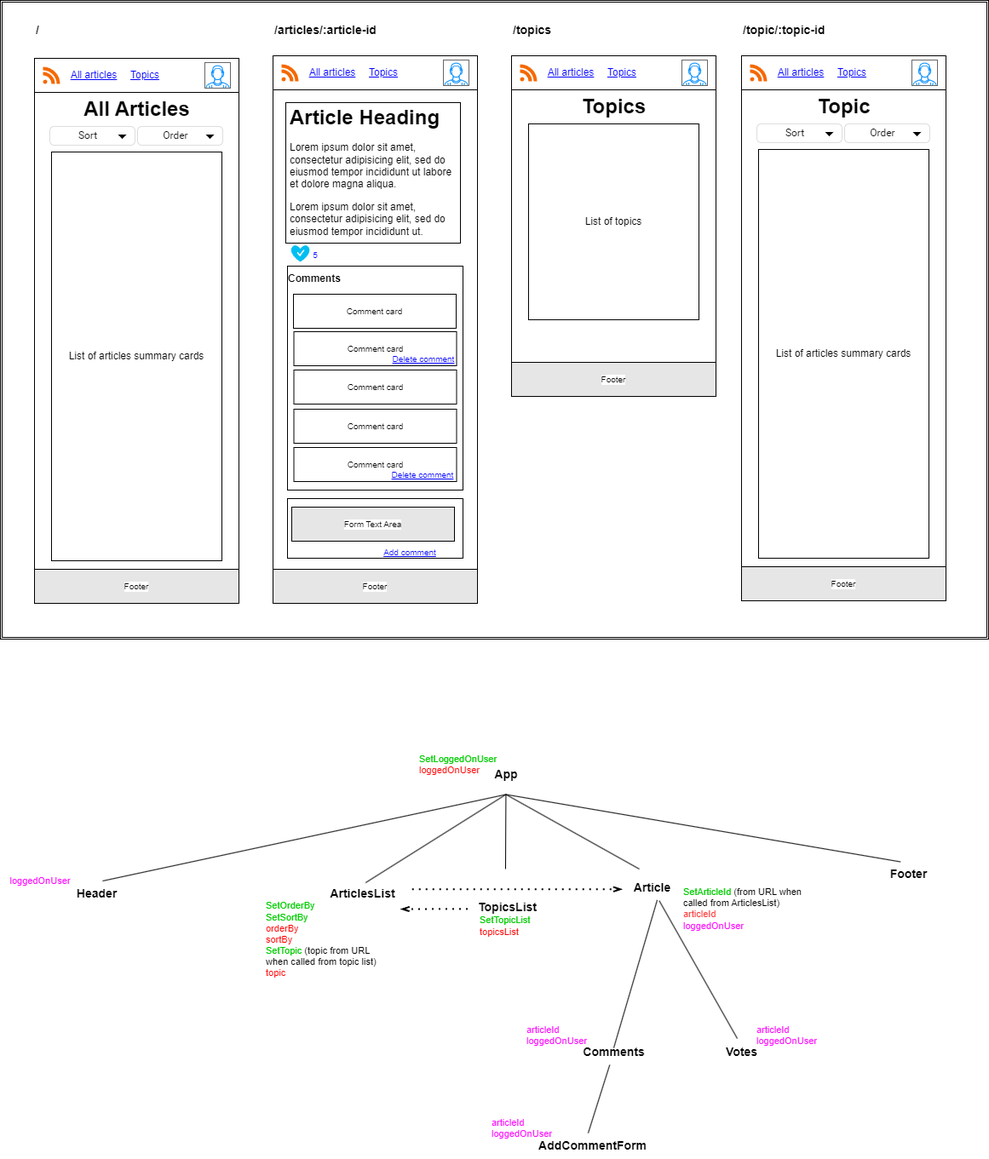
This is plan.png from marcusyoung/nc-news, a draw.io export, as it was before one commit. Source tidied: cells renumbered, new cells last; positions are measured from the earlier drawing's top-left corner, leaving out a move shared by most shapes.
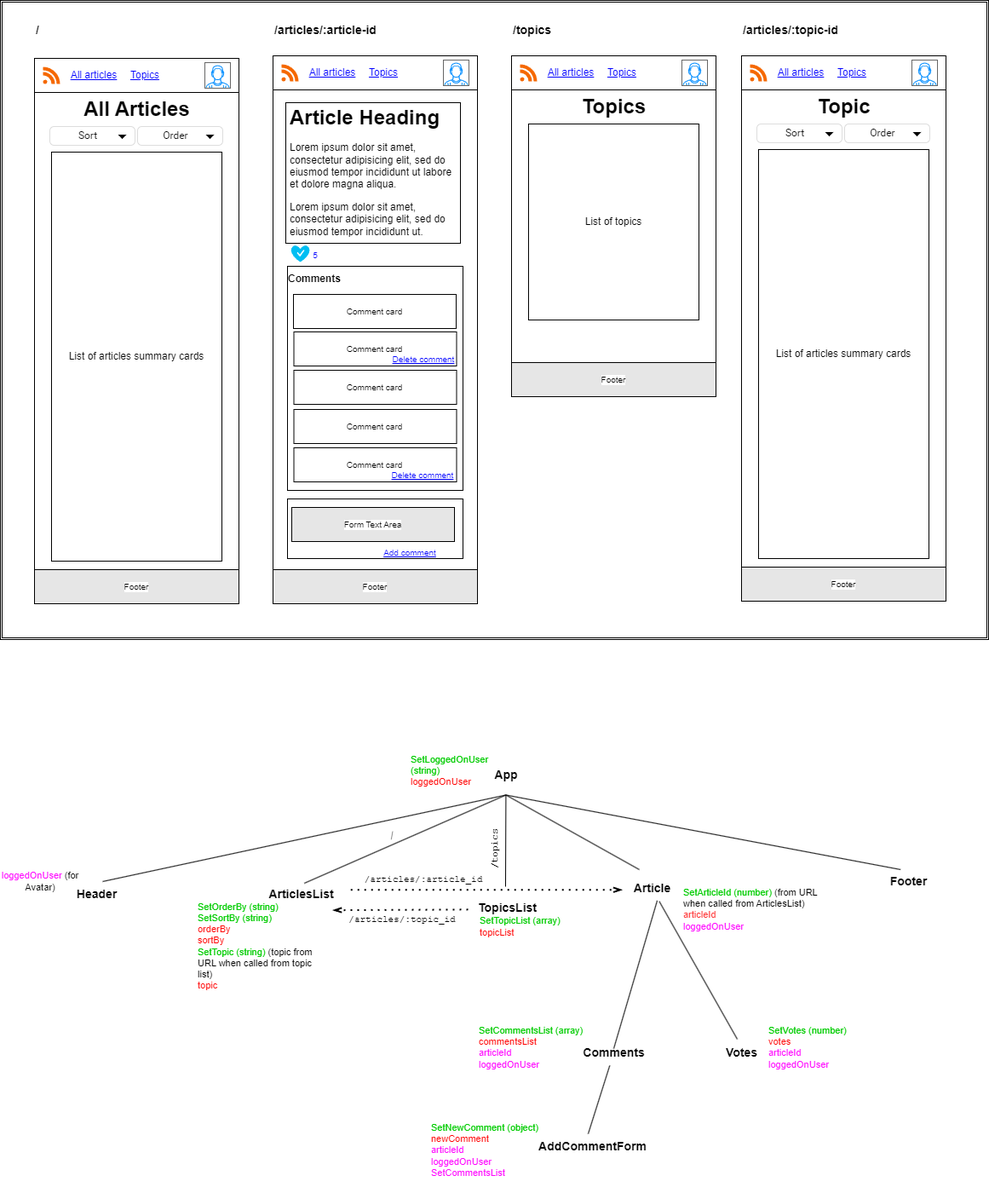
After the commit.

Change to the diagram source:
```diff
@@ -150,8 +150,8 @@
     <mxCell id="49" value="&lt;span style=&quot;font-size: 14px;&quot;&gt;/topics&lt;/span&gt;" style="text;html=1;strokeColor=none;fillColor=none;align=left;verticalAlign=middle;whiteSpace=wrap;rounded=0;labelBackgroundColor=default;fontSize=14;fontColor=#000000;fontStyle=1;" parent="1" vertex="1">
       <mxGeometry x="600" y="20" width="100" height="30" as="geometry" />
     </mxCell>
-    <mxCell id="50" value="&lt;span style=&quot;font-size: 14px;&quot;&gt;/topic/:topic-id&lt;/span&gt;" style="text;html=1;strokeColor=none;fillColor=none;align=left;verticalAlign=middle;whiteSpace=wrap;rounded=0;labelBackgroundColor=default;fontSize=14;fontColor=#000000;fontStyle=1;" parent="1" vertex="1">
-      <mxGeometry x="870" y="20" width="110" height="30" as="geometry" />
+    <mxCell id="50" value="&lt;span style=&quot;font-size: 14px;&quot;&gt;/articles/:topic-id&lt;/span&gt;" style="text;html=1;strokeColor=none;fillColor=none;align=left;verticalAlign=middle;whiteSpace=wrap;rounded=0;labelBackgroundColor=default;fontSize=14;fontColor=#000000;fontStyle=1;" parent="1" vertex="1">
+      <mxGeometry x="870" y="20" width="140" height="30" as="geometry" />
     </mxCell>
     <mxCell id="51" style="swimlane;startSize=0;" parent="1" vertex="1">
       <mxGeometry x="870" y="65" width="240" height="640" as="geometry" />
@@ -201,8 +201,8 @@
         <mxPoint x="750" y="1020" as="targetPoint" />
       </mxGeometry>
     </mxCell>
-    <mxCell id="65" value="&lt;font color=&quot;#00cc00&quot;&gt;SetOrderBy&lt;br&gt;SetSortBy&lt;/font&gt;&lt;br&gt;&lt;font color=&quot;#ff0000&quot;&gt;orderBy&lt;/font&gt;&lt;br&gt;&lt;font color=&quot;#ff0000&quot;&gt;sortBy&lt;/font&gt;&lt;br&gt;&lt;font color=&quot;#00cc00&quot;&gt;SetTopic&lt;/font&gt;&lt;font color=&quot;#ff0000&quot;&gt; &lt;/font&gt;(topic from URL when called from topic list)&lt;br&gt;&lt;font color=&quot;#ff0000&quot;&gt;topic&lt;/font&gt;" style="text;html=1;strokeColor=none;fillColor=none;align=left;verticalAlign=middle;whiteSpace=wrap;rounded=0;fontSize=11;" parent="1" vertex="1">
-      <mxGeometry x="310" y="1049.6" width="150" height="106" as="geometry" />
+    <mxCell id="65" value="&lt;font color=&quot;#00cc00&quot;&gt;SetOrderBy (string)&lt;br&gt;SetSortBy (string)&lt;/font&gt;&lt;br&gt;&lt;font color=&quot;#ff0000&quot;&gt;orderBy&lt;/font&gt;&lt;br&gt;&lt;font color=&quot;#ff0000&quot;&gt;sortBy&lt;/font&gt;&lt;br&gt;&lt;font color=&quot;#00cc00&quot;&gt;SetTopic (string)&lt;/font&gt;&lt;font color=&quot;#ff0000&quot;&gt; &lt;/font&gt;(topic from URL when called from topic list)&lt;br&gt;&lt;font color=&quot;#ff0000&quot;&gt;topic&lt;/font&gt;" style="text;html=1;strokeColor=none;fillColor=none;align=left;verticalAlign=middle;whiteSpace=wrap;rounded=0;fontSize=11;" parent="1" vertex="1">
+      <mxGeometry x="230" y="1057.4" width="150" height="106" as="geometry" />
     </mxCell>
     <mxCell id="66" value="App" style="text;html=1;strokeColor=none;fillColor=none;align=center;verticalAlign=middle;whiteSpace=wrap;rounded=0;shadow=0;labelBackgroundColor=none;labelBorderColor=none;sketch=0;fillStyle=auto;strokeWidth=2;fontSize=14;fontColor=#000000;fontStyle=1;" parent="1" vertex="1">
       <mxGeometry x="546.6" y="885.6" width="93.7" height="46.8" as="geometry" />
@@ -211,7 +211,7 @@
       <mxGeometry x="78.1" y="1034" width="70" height="30" as="geometry" />
     </mxCell>
     <mxCell id="68" value="ArticlesList" style="text;html=1;align=center;verticalAlign=middle;points=[];strokeColor=none;fillColor=none;fontSize=14;fontColor=#000000;fontStyle=1;" parent="1" vertex="1">
-      <mxGeometry x="374.8" y="1034" width="100" height="30" as="geometry" />
+      <mxGeometry x="302.8" y="1034" width="100" height="30" as="geometry" />
     </mxCell>
     <mxCell id="69" value="TopicsList" style="text;html=1;align=center;verticalAlign=middle;points=[];strokeColor=none;fillColor=none;fontSize=14;fontColor=#000000;fontStyle=1;" parent="1" vertex="1">
       <mxGeometry x="550.3" y="1049.6" width="90" height="30" as="geometry" />
@@ -220,7 +220,7 @@
       <mxGeometry x="730" y="1027.4" width="70" height="30" as="geometry" />
     </mxCell>
     <mxCell id="71" value="Footer" style="text;html=1;align=center;verticalAlign=middle;points=[];strokeColor=none;fillColor=none;fontSize=14;fontColor=#000000;fontStyle=1;" parent="1" vertex="1">
-      <mxGeometry x="1030.7" y="1010.5" width="70" height="30" as="geometry" />
+      <mxGeometry x="1030.7" y="1019" width="70" height="30" as="geometry" />
     </mxCell>
     <mxCell id="72" value="AddCommentForm" style="text;html=1;align=center;verticalAlign=middle;strokeColor=none;fillColor=none;fontSize=14;fontColor=#000000;fontStyle=1;" parent="1" vertex="1">
       <mxGeometry x="620" y="1330" width="150" height="30" as="geometry" />
@@ -238,24 +238,19 @@
         <mxPoint x="593.4" y="932.5" as="targetPoint" />
       </mxGeometry>
     </mxCell>
-    <mxCell id="76" style="endArrow=none;html=1;fontSize=11;fontColor=#000000;entryX=0.5;entryY=1;entryDx=0;entryDy=0;" parent="1" edge="1" target="66">
-      <mxGeometry relative="1" as="geometry">
-        <mxPoint x="593" y="1020" as="sourcePoint" />
-      </mxGeometry>
-    </mxCell>
     <mxCell id="77" style="endArrow=none;html=1;fontSize=11;fontColor=#000000;exitX=0.371;exitY=0.033;exitDx=0;exitDy=0;exitPerimeter=0;" parent="1" edge="1" source="71">
       <mxGeometry relative="1" as="geometry">
         <mxPoint x="593.4" y="932.5" as="targetPoint" />
       </mxGeometry>
     </mxCell>
-    <mxCell id="78" value="&lt;font color=&quot;#00cc00&quot;&gt;SetArticleId&lt;/font&gt;&lt;font color=&quot;#ff3333&quot;&gt; &lt;/font&gt;(from URL when called from ArticlesList)&lt;font color=&quot;#ff3333&quot;&gt;&lt;br&gt;articleId&lt;/font&gt;&lt;br&gt;&lt;font color=&quot;#ff00ff&quot;&gt;loggedOnUser&lt;br&gt;&lt;/font&gt;" style="text;html=1;strokeColor=none;fillColor=none;align=left;verticalAlign=top;whiteSpace=wrap;rounded=0;fontSize=11;fontColor=#000000;" parent="1" vertex="1">
+    <mxCell id="78" value="&lt;font color=&quot;#00cc00&quot;&gt;SetArticleId (number)&lt;/font&gt;&lt;font color=&quot;#ff3333&quot;&gt; &lt;/font&gt;(from URL when called from ArticlesList)&lt;font color=&quot;#ff3333&quot;&gt;&lt;br&gt;articleId&lt;/font&gt;&lt;br&gt;&lt;font color=&quot;#ff00ff&quot;&gt;loggedOnUser&lt;br&gt;&lt;/font&gt;" style="text;html=1;strokeColor=none;fillColor=none;align=left;verticalAlign=top;whiteSpace=wrap;rounded=0;fontSize=11;fontColor=#000000;" parent="1" vertex="1">
       <mxGeometry x="800" y="1034" width="160" height="62.5" as="geometry" />
     </mxCell>
     <mxCell id="79" value="Comments" style="text;html=1;align=center;verticalAlign=middle;points=[];strokeColor=none;fillColor=none;fontSize=14;fontColor=#000000;fontStyle=1;" parent="1" vertex="1">
       <mxGeometry x="670" y="1220" width="100" height="30" as="geometry" />
     </mxCell>
-    <mxCell id="80" value="&lt;font color=&quot;#ff00ff&quot;&gt;articleId&lt;br&gt;loggedOnUser&lt;br&gt;&lt;/font&gt;" style="text;html=1;strokeColor=none;fillColor=none;align=left;verticalAlign=top;whiteSpace=wrap;rounded=0;fontSize=11;fontColor=#000000;" parent="1" vertex="1">
-      <mxGeometry x="616.2" y="1196.1" width="83.8" height="39" as="geometry" />
+    <mxCell id="80" value="&lt;font color=&quot;#00cc00&quot;&gt;SetCommentsList (array)&lt;br&gt;&lt;/font&gt;&lt;font color=&quot;#ff0000&quot;&gt;commentsList&lt;/font&gt;&lt;br&gt;&lt;font color=&quot;#ff00ff&quot;&gt;articleId&lt;/font&gt;&lt;br&gt;&lt;font color=&quot;#ff00ff&quot;&gt;loggedOnUser&lt;/font&gt;" style="text;html=1;strokeColor=none;fillColor=none;align=left;verticalAlign=top;whiteSpace=wrap;rounded=0;fontSize=11;fontColor=#000000;" parent="1" vertex="1">
+      <mxGeometry x="560" y="1196.1" width="140" height="39" as="geometry" />
     </mxCell>
     <mxCell id="81" style="endArrow=none;html=1;fontSize=11;fontColor=#000000;exitX=0.586;exitY=0.967;exitDx=0;exitDy=0;exitPerimeter=0;" parent="1" edge="1" source="70">
       <mxGeometry relative="1" as="geometry">
@@ -265,33 +260,48 @@
     <mxCell id="82" style="endArrow=none;html=1;fontSize=11;fontColor=#000000;entryX=0.417;entryY=-0.033;entryDx=0;entryDy=0;entryPerimeter=0;" parent="1" edge="1" source="70" target="73">
       <mxGeometry relative="1" as="geometry" />
     </mxCell>
-    <mxCell id="83" value="&lt;font color=&quot;#ff00ff&quot;&gt;articleId&lt;br&gt;loggedOnUser&lt;br&gt;&lt;/font&gt;" style="text;html=1;strokeColor=none;fillColor=none;align=left;verticalAlign=top;whiteSpace=wrap;rounded=0;fontSize=11;fontColor=#000000;" parent="1" vertex="1">
-      <mxGeometry x="886" y="1196.1" width="78.1" height="31.2" as="geometry" />
+    <mxCell id="83" value="&lt;font color=&quot;#00cc00&quot;&gt;SetVotes (number)&lt;/font&gt;&lt;br&gt;&lt;font color=&quot;#ff0000&quot;&gt;votes&lt;/font&gt;&lt;br&gt;&lt;font color=&quot;#ff00ff&quot;&gt;articleId&lt;/font&gt;&lt;br&gt;&lt;font color=&quot;#ff00ff&quot;&gt;loggedOnUser&lt;/font&gt;" style="text;html=1;strokeColor=none;fillColor=none;align=left;verticalAlign=top;whiteSpace=wrap;rounded=0;fontSize=11;fontColor=#000000;" parent="1" vertex="1">
+      <mxGeometry x="900" y="1196.1" width="100" height="63.9" as="geometry" />
     </mxCell>
     <mxCell id="84" style="endArrow=none;html=1;fontSize=11;fontColor=#FF00FF;" parent="1" edge="1" source="79">
       <mxGeometry relative="1" as="geometry">
         <mxPoint x="690" y="1330" as="targetPoint" />
       </mxGeometry>
     </mxCell>
-    <mxCell id="85" value="&lt;font color=&quot;#00cc00&quot;&gt;SetLoggedOnUser&lt;/font&gt;&lt;br&gt;&lt;font color=&quot;#ff0000&quot;&gt;loggedOnUser&lt;/font&gt;" style="text;html=1;strokeColor=none;fillColor=none;align=left;verticalAlign=top;whiteSpace=wrap;rounded=0;fontSize=11;fontColor=#000000;" parent="1" vertex="1">
-      <mxGeometry x="490" y="877.8" width="171.8" height="62.5" as="geometry" />
+    <mxCell id="85" value="&lt;font color=&quot;#00cc00&quot;&gt;SetLoggedOnUser (string)&lt;/font&gt;&lt;br&gt;&lt;font color=&quot;#ff0000&quot;&gt;loggedOnUser&lt;/font&gt;" style="text;html=1;strokeColor=none;fillColor=none;align=left;verticalAlign=top;whiteSpace=wrap;rounded=0;fontSize=11;fontColor=#000000;" parent="1" vertex="1">
+      <mxGeometry x="480" y="877.8" width="100" height="52.2" as="geometry" />
     </mxCell>
-    <mxCell id="86" style="endArrow=none;dashed=1;html=1;dashPattern=1 3;strokeWidth=2;fontSize=11;fontColor=#FF0000;entryX=-0.013;entryY=0.576;entryDx=0;entryDy=0;entryPerimeter=0;endFill=0;startArrow=openThin;startFill=0;" parent="1" edge="1" target="69">
-      <mxGeometry relative="1" as="geometry">
-        <mxPoint x="470" y="1067" as="sourcePoint" />
-      </mxGeometry>
+    <mxCell id="86" style="endArrow=none;dashed=1;html=1;dashPattern=1 3;strokeWidth=2;fontSize=11;fontColor=#FF0000;entryX=-0.013;entryY=0.576;entryDx=0;entryDy=0;entryPerimeter=0;endFill=0;startArrow=openThin;startFill=0;exitX=0.877;exitY=1.122;exitDx=0;exitDy=0;exitPerimeter=0;" parent="1" edge="1" source="68" target="69">
+      <mxGeometry relative="1" as="geometry" />
     </mxCell>
-    <mxCell id="87" value="&lt;font color=&quot;#ff00ff&quot;&gt;articleId&lt;br&gt;loggedOnUser&lt;br&gt;&lt;/font&gt;" style="text;html=1;strokeColor=none;fillColor=none;align=left;verticalAlign=top;whiteSpace=wrap;rounded=0;fontSize=11;fontColor=#000000;" parent="1" vertex="1">
-      <mxGeometry x="574.9" y="1305" width="93.2" height="45.8" as="geometry" />
+    <mxCell id="87" value="&lt;font color=&quot;#00cc00&quot;&gt;SetNewComment (object)&lt;/font&gt;&lt;font color=&quot;#ff0000&quot;&gt;&lt;br&gt;newComment&lt;/font&gt;&lt;br&gt;&lt;font color=&quot;#ff00ff&quot;&gt;articleId&lt;/font&gt;&lt;br&gt;&lt;font color=&quot;#ff00ff&quot;&gt;loggedOnUser&lt;br&gt;SetCommentsList&lt;br&gt;&lt;/font&gt;" style="text;html=1;strokeColor=none;fillColor=none;align=left;verticalAlign=top;whiteSpace=wrap;rounded=0;fontSize=11;fontColor=#000000;" parent="1" vertex="1">
+      <mxGeometry x="504.2" y="1310" width="143.4" height="89" as="geometry" />
     </mxCell>
-    <mxCell id="88" value="&lt;font color=&quot;#ff00ff&quot;&gt;loggedOnUser&lt;/font&gt;" style="text;html=1;strokeColor=none;fillColor=none;align=center;verticalAlign=middle;whiteSpace=wrap;rounded=0;fontSize=11;fontColor=#FF0000;" parent="1" vertex="1">
+    <mxCell id="88" value="&lt;font color=&quot;#ff00ff&quot;&gt;loggedOnUser &lt;/font&gt;&lt;font color=&quot;#000000&quot;&gt;(for Avatar)&lt;/font&gt;" style="text;html=1;strokeColor=none;fillColor=none;align=center;verticalAlign=middle;whiteSpace=wrap;rounded=0;fontSize=11;fontColor=#FF0000;" parent="1" vertex="1">
       <mxGeometry y="1010.5" width="93.7" height="46.8" as="geometry" />
     </mxCell>
-    <mxCell id="89" value="&lt;font color=&quot;#00cc00&quot;&gt;SetTopicList&lt;/font&gt;&lt;br&gt;&lt;font color=&quot;#ff0000&quot;&gt;topicsList&lt;/font&gt;" style="text;html=1;strokeColor=none;fillColor=none;align=left;verticalAlign=middle;whiteSpace=wrap;rounded=0;fontSize=11;fontColor=#FF00FF;" parent="1" vertex="1">
+    <mxCell id="89" value="&lt;font color=&quot;#00cc00&quot;&gt;SetTopicList (array)&lt;/font&gt;&lt;br&gt;&lt;font color=&quot;#ff0000&quot;&gt;topicList&lt;/font&gt;" style="text;html=1;strokeColor=none;fillColor=none;align=left;verticalAlign=middle;whiteSpace=wrap;rounded=0;fontSize=11;fontColor=#FF00FF;" parent="1" vertex="1">
       <mxGeometry x="560.7" y="1064" width="109.3" height="46.8" as="geometry" />
     </mxCell>
     <mxCell id="90" style="endArrow=none;dashed=1;html=1;dashPattern=1 3;strokeWidth=2;fontSize=11;fontColor=#FF0000;entryX=1.062;entryY=0.326;entryDx=0;entryDy=0;entryPerimeter=0;endFill=0;startArrow=openThin;startFill=0;exitX=-0.004;exitY=0.545;exitDx=0;exitDy=0;exitPerimeter=0;" parent="1" edge="1" source="70" target="68">
       <mxGeometry relative="1" as="geometry" />
     </mxCell>
+    <mxCell id="91" style="endArrow=none;html=1;fontColor=#FF0000;entryX=0.5;entryY=1;entryDx=0;entryDy=0;" parent="1" edge="1" target="66">
+      <mxGeometry relative="1" as="geometry">
+        <mxPoint x="593" y="1040" as="sourcePoint" />
+      </mxGeometry>
+    </mxCell>
+    <mxCell id="92" value="&lt;font face=&quot;Courier New&quot;&gt;/&lt;/font&gt;" style="text;html=1;strokeColor=none;fillColor=none;align=center;verticalAlign=middle;whiteSpace=wrap;rounded=0;fontColor=#000000;rotation=-15;" parent="1" vertex="1">
+      <mxGeometry x="430" y="965" width="60" height="30" as="geometry" />
+    </mxCell>
+    <mxCell id="93" value="&lt;font face=&quot;Courier New&quot; style=&quot;font-size: 11px;&quot;&gt;/topics&lt;/font&gt;" style="text;html=1;strokeColor=none;fillColor=none;align=center;verticalAlign=middle;whiteSpace=wrap;rounded=0;fontColor=#000000;rotation=-90;fontSize=11;" parent="1" vertex="1">
+      <mxGeometry x="550.3" y="980.5" width="60" height="30" as="geometry" />
+    </mxCell>
+    <mxCell id="94" value="/articles/:article_id" style="text;html=1;strokeColor=none;fillColor=none;align=center;verticalAlign=bottom;whiteSpace=wrap;rounded=0;fontFamily=Courier New;fontColor=#000000;rotation=0;fontSize=11;" parent="1" vertex="1">
+      <mxGeometry x="415" y="1010.5" width="163.8" height="30" as="geometry" />
+    </mxCell>
+    <mxCell id="95" value="&lt;font face=&quot;Courier New&quot; style=&quot;font-size: 11px;&quot;&gt;/articles/:topic_id&lt;br style=&quot;font-size: 11px;&quot;&gt;&lt;/font&gt;" style="text;html=1;strokeColor=none;fillColor=none;align=center;verticalAlign=middle;whiteSpace=wrap;rounded=0;fontColor=#000000;rotation=0;fontSize=11;" parent="1" vertex="1">
+      <mxGeometry x="396.6" y="1064" width="150" height="30" as="geometry" />
+    </mxCell>
   </root>
 </mxGraphModel>
```
